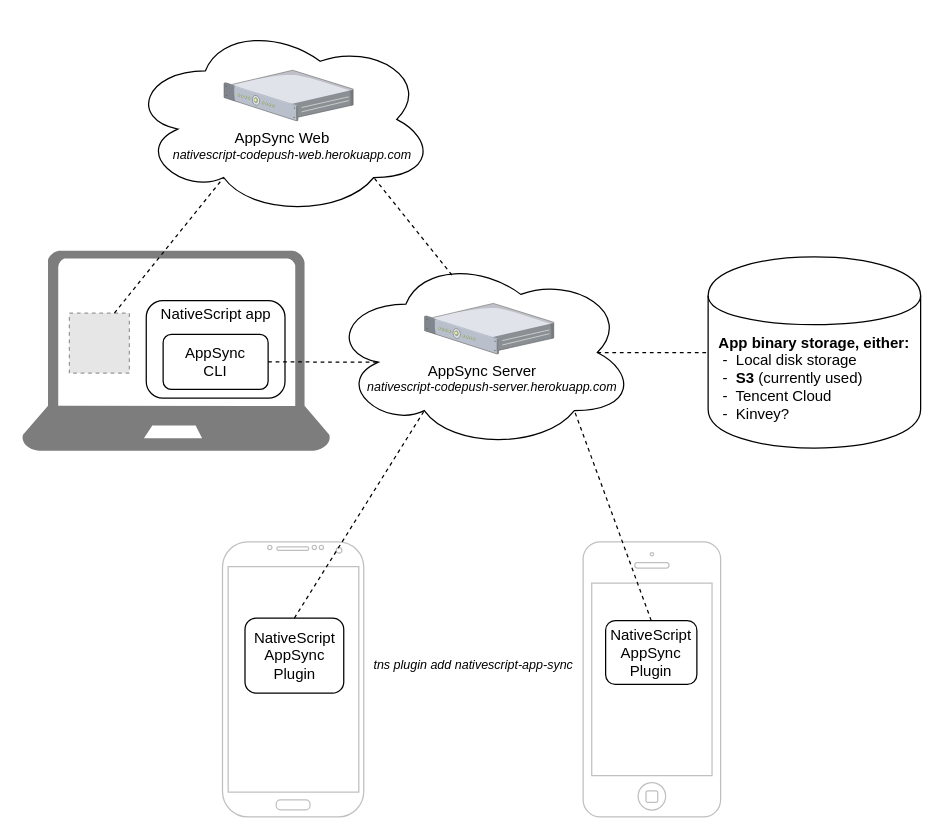
This is media/NativeScript AppSync landscape.drawio from NativeScript/nativescript-app-sync, a draw.io file, before an edit. Source tidied: cells renumbered, new cells numbered last; positions are measured from the earlier drawing's top-left corner, leaving out a move shared by most shapes. Both pictures are drawn from the tidied source at 125%, with x=0, y=0 at pixel (21, 21). Pictures stored in the file or linked from it are replaced by grey dashed boxes.
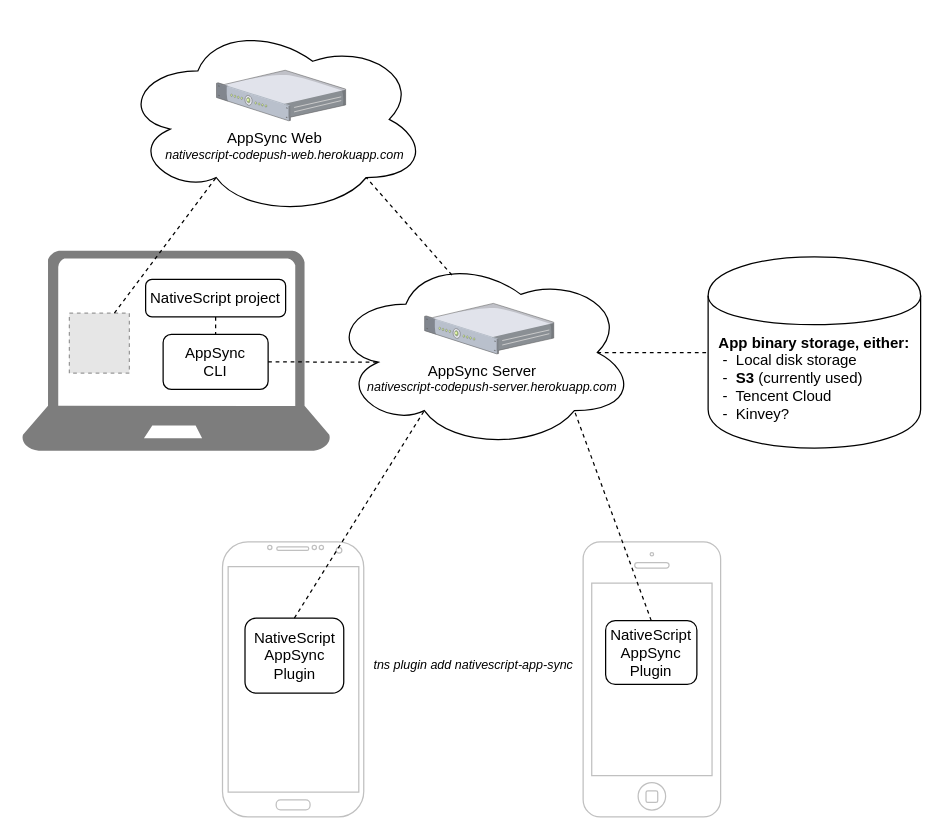
Above is the later version.

Commit message (it also covers changes not shown here):
Made the architecture a bit more clearerer

The change refers to these unchanged cells:
```xml
<mxCell id="9" style="group;" parent="8" vertex="1">
  <mxGeometry width="246.8" height="160" as="geometry" />
</mxCell>
<mxCell id="12" value="AppSync&lt;br&gt;CLI&lt;br&gt;" style="rounded=1;whiteSpace=wrap;html=1;" parent="9" vertex="1">
  <mxGeometry x="113" y="67" width="84" height="44" as="geometry" />
</mxCell>
```

The edit, as a diff of the source:
```diff
@@
-    <mxCell id="11" value="NativeScript app&lt;br&gt;&lt;br&gt;&lt;br&gt;&lt;br&gt;&lt;br&gt;" style="rounded=1;whiteSpace=wrap;html=1;arcSize=17;" parent="9" vertex="1">
-      <mxGeometry x="99.5" y="40" width="111" height="78" as="geometry" />
+    <mxCell id="11" value="NativeScript project" style="rounded=1;whiteSpace=wrap;html=1;arcSize=17;" parent="9" vertex="1">
+      <mxGeometry x="99" y="23" width="112" height="30" as="geometry" />
     </mxCell>
@@
+    <mxCell id="30" style="endArrow=none;dashed=1;html=1;entryX=0.5;entryY=0;entryDx=0;entryDy=0;exitX=0.5;exitY=1;exitDx=0;exitDy=0;" parent="9" edge="1" source="11" target="12">
+      <mxGeometry relative="1" as="geometry" />
+    </mxCell>
@@
     <mxCell id="23" style="group;" parent="1" vertex="1">
-      <mxGeometry x="85.5" y="0.5" width="292.5" height="155" as="geometry" />
+      <mxGeometry x="79.5" y="0.5" width="292.5" height="155" as="geometry" />
     </mxCell>
```
